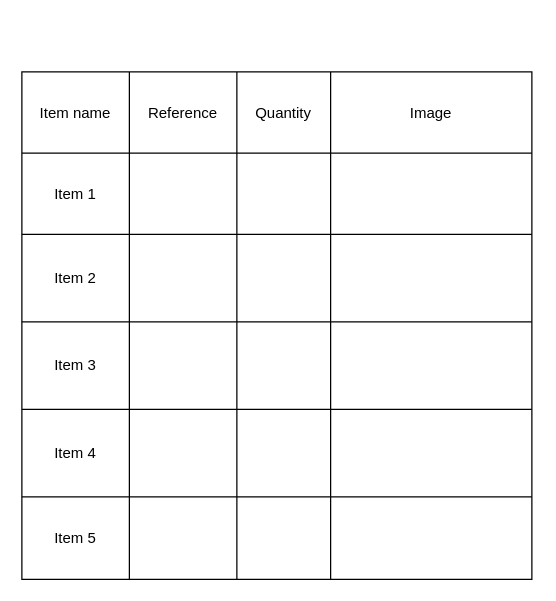
Earlier version of the draw.io diagram Use the product and dvice.drawio (amerezoji1362/drawio-github). Source tidied: cells renumbered, new cells numbered last; positions are measured from the earlier drawing's top-left corner, leaving out a move shared by most shapes. Both pictures are drawn from the tidied source at 125%, with x=0, y=0 at pixel (21, 71).
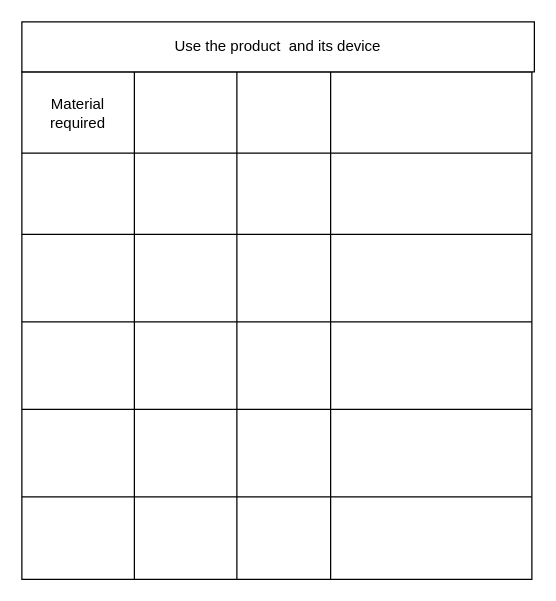
After the change.

The change refers to these unchanged cells:
```xml
<mxCell id="3" style="shape=partialRectangle;fillColor=none;top=0;left=0;bottom=0;right=0;" parent="2" vertex="1">
  <mxGeometry width="408" height="65" as="geometry" />
</mxCell>
<mxCell id="8" style="shape=partialRectangle;fillColor=none;top=0;left=0;bottom=0;right=0;" parent="2" vertex="1">
  <mxGeometry y="65" width="408" height="65" as="geometry" />
</mxCell>
<mxCell id="13" style="shape=partialRectangle;fillColor=none;top=0;left=0;bottom=0;right=0;" parent="2" vertex="1">
  <mxGeometry y="130" width="408" height="70" as="geometry" />
</mxCell>
<mxCell id="18" style="shape=partialRectangle;fillColor=none;top=0;left=0;bottom=0;right=0;" parent="2" vertex="1">
  <mxGeometry y="200" width="408" height="70" as="geometry" />
</mxCell>
<mxCell id="23" style="shape=partialRectangle;fillColor=none;top=0;left=0;bottom=0;right=0;" parent="2" vertex="1">
  <mxGeometry y="270" width="408" height="70" as="geometry" />
</mxCell>
<mxCell id="28" style="shape=partialRectangle;fillColor=none;top=0;left=0;bottom=0;right=0;" parent="2" vertex="1">
  <mxGeometry y="340" width="408" height="66" as="geometry" />
</mxCell>
```

What changed in the source:
```diff
@@
-    <mxCell id="4" value="Item name" style="shape=partialRectangle;html=1;whiteSpace=wrap;overflow=hidden;fillColor=none;top=0;left=0;bottom=0;right=0;" parent="3" vertex="1">
-      <mxGeometry width="86" height="65" as="geometry" />
+    <mxCell id="4" value="Material required" style="shape=partialRectangle;html=1;whiteSpace=wrap;overflow=hidden;fillColor=none;top=0;left=0;bottom=0;right=0;" parent="3" vertex="1">
+      <mxGeometry width="90" height="65" as="geometry" />
     </mxCell>
-    <mxCell id="5" value="Reference" style="shape=partialRectangle;html=1;whiteSpace=wrap;overflow=hidden;fillColor=none;top=0;left=0;bottom=0;right=0;" parent="3" vertex="1">
-      <mxGeometry x="86" width="86" height="65" as="geometry" />
+    <mxCell id="5" style="shape=partialRectangle;html=1;whiteSpace=wrap;overflow=hidden;fillColor=none;top=0;left=0;bottom=0;right=0;" parent="3" vertex="1">
+      <mxGeometry x="90" width="82" height="65" as="geometry" />
     </mxCell>
-    <mxCell id="6" value="Quantity" style="shape=partialRectangle;html=1;whiteSpace=wrap;overflow=hidden;fillColor=none;top=0;left=0;bottom=0;right=0;" parent="3" vertex="1">
+    <mxCell id="6" style="shape=partialRectangle;html=1;whiteSpace=wrap;overflow=hidden;fillColor=none;top=0;left=0;bottom=0;right=0;" parent="3" vertex="1">
       <mxGeometry x="172" width="75" height="65" as="geometry" />
     </mxCell>
-    <mxCell id="7" value="Image" style="shape=partialRectangle;html=1;whiteSpace=wrap;overflow=hidden;fillColor=none;top=0;left=0;bottom=0;right=0;" parent="3" vertex="1">
+    <mxCell id="7" style="shape=partialRectangle;html=1;whiteSpace=wrap;overflow=hidden;fillColor=none;top=0;left=0;bottom=0;right=0;" parent="3" vertex="1">
       <mxGeometry x="247" width="161" height="65" as="geometry" />
     </mxCell>
@@
-    <mxCell id="9" value="Item 1" style="shape=partialRectangle;html=1;whiteSpace=wrap;overflow=hidden;fillColor=none;top=0;left=0;bottom=0;right=0;" parent="8" vertex="1">
-      <mxGeometry width="86" height="65" as="geometry" />
+    <mxCell id="9" style="shape=partialRectangle;html=1;whiteSpace=wrap;overflow=hidden;fillColor=none;top=0;left=0;bottom=0;right=0;" parent="8" vertex="1">
+      <mxGeometry width="90" height="65" as="geometry" />
     </mxCell>
     <mxCell id="10" style="shape=partialRectangle;html=1;whiteSpace=wrap;overflow=hidden;fillColor=none;top=0;left=0;bottom=0;right=0;" parent="8" vertex="1">
-      <mxGeometry x="86" width="86" height="65" as="geometry" />
+      <mxGeometry x="90" width="82" height="65" as="geometry" />
     </mxCell>
@@
-    <mxCell id="14" value="Item 2" style="shape=partialRectangle;html=1;whiteSpace=wrap;overflow=hidden;fillColor=none;top=0;left=0;bottom=0;right=0;" parent="13" vertex="1">
-      <mxGeometry width="86" height="70" as="geometry" />
+    <mxCell id="14" style="shape=partialRectangle;html=1;whiteSpace=wrap;overflow=hidden;fillColor=none;top=0;left=0;bottom=0;right=0;" parent="13" vertex="1">
+      <mxGeometry width="90" height="70" as="geometry" />
     </mxCell>
     <mxCell id="15" style="shape=partialRectangle;html=1;whiteSpace=wrap;overflow=hidden;fillColor=none;top=0;left=0;bottom=0;right=0;" parent="13" vertex="1">
-      <mxGeometry x="86" width="86" height="70" as="geometry" />
+      <mxGeometry x="90" width="82" height="70" as="geometry" />
     </mxCell>
@@
-    <mxCell id="19" value="Item 3" style="shape=partialRectangle;html=1;whiteSpace=wrap;overflow=hidden;fillColor=none;top=0;left=0;bottom=0;right=0;" parent="18" vertex="1">
-      <mxGeometry width="86" height="70" as="geometry" />
+    <mxCell id="19" style="shape=partialRectangle;html=1;whiteSpace=wrap;overflow=hidden;fillColor=none;top=0;left=0;bottom=0;right=0;" parent="18" vertex="1">
+      <mxGeometry width="90" height="70" as="geometry" />
     </mxCell>
     <mxCell id="20" style="shape=partialRectangle;html=1;whiteSpace=wrap;overflow=hidden;fillColor=none;top=0;left=0;bottom=0;right=0;" parent="18" vertex="1">
-      <mxGeometry x="86" width="86" height="70" as="geometry" />
+      <mxGeometry x="90" width="82" height="70" as="geometry" />
     </mxCell>
@@
-    <mxCell id="24" value="Item 4" style="shape=partialRectangle;html=1;whiteSpace=wrap;overflow=hidden;fillColor=none;top=0;left=0;bottom=0;right=0;" parent="23" vertex="1">
-      <mxGeometry width="86" height="70" as="geometry" />
+    <mxCell id="24" style="shape=partialRectangle;html=1;whiteSpace=wrap;overflow=hidden;fillColor=none;top=0;left=0;bottom=0;right=0;" parent="23" vertex="1">
+      <mxGeometry width="90" height="70" as="geometry" />
     </mxCell>
     <mxCell id="25" style="shape=partialRectangle;html=1;whiteSpace=wrap;overflow=hidden;fillColor=none;top=0;left=0;bottom=0;right=0;" parent="23" vertex="1">
-      <mxGeometry x="86" width="86" height="70" as="geometry" />
+      <mxGeometry x="90" width="82" height="70" as="geometry" />
     </mxCell>
@@
-    <mxCell id="29" value="Item 5" style="shape=partialRectangle;html=1;whiteSpace=wrap;overflow=hidden;fillColor=none;top=0;left=0;bottom=0;right=0;" parent="28" vertex="1">
-      <mxGeometry width="86" height="66" as="geometry" />
+    <mxCell id="29" style="shape=partialRectangle;html=1;whiteSpace=wrap;overflow=hidden;fillColor=none;top=0;left=0;bottom=0;right=0;" parent="28" vertex="1">
+      <mxGeometry width="90" height="66" as="geometry" />
     </mxCell>
     <mxCell id="30" style="shape=partialRectangle;html=1;whiteSpace=wrap;overflow=hidden;fillColor=none;top=0;left=0;bottom=0;right=0;" parent="28" vertex="1">
-      <mxGeometry x="86" width="86" height="66" as="geometry" />
+      <mxGeometry x="90" width="82" height="66" as="geometry" />
     </mxCell>
@@
+    <mxCell id="33" style="shape=table;startSize=0;childLayout=tableLayout;" parent="1" vertex="1">
+      <mxGeometry y="-40" width="410" height="40" as="geometry" />
+    </mxCell>
+    <mxCell id="34" style="shape=partialRectangle;fillColor=none;top=0;left=0;bottom=0;right=0;" parent="33" vertex="1">
+      <mxGeometry width="410" height="40" as="geometry" />
+    </mxCell>
+    <mxCell id="35" value="Use the product&amp;nbsp; and its device" style="shape=partialRectangle;html=1;whiteSpace=wrap;overflow=hidden;fillColor=none;top=0;left=0;bottom=0;right=0;" parent="34" vertex="1">
+      <mxGeometry width="410" height="40" as="geometry" />
+    </mxCell>
```
